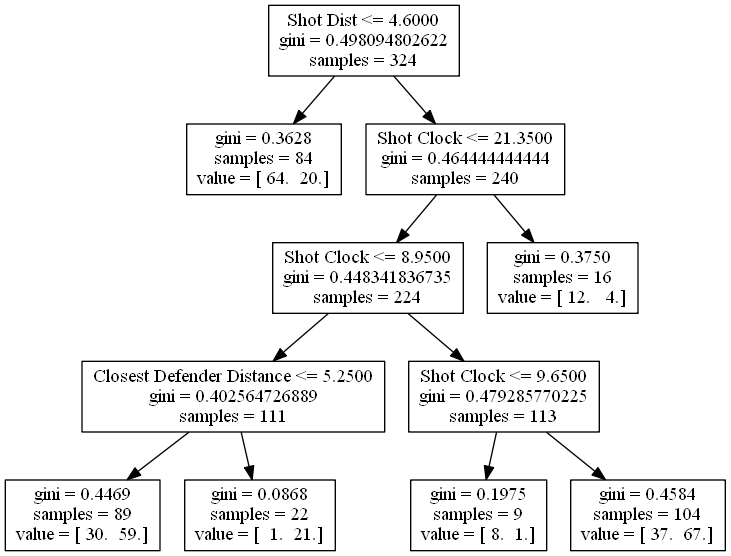
This is lebron_james.png from bveber/Analyze_NBA, a Graphviz export, as it was before one commit. Its source is kept beside it as lebron_james.dot. The source it was exported from:
```dot
digraph Tree {
0 [label="Shot Dist <= 4.6000\ngini = 0.498094802622\nsamples = 324", shape="box"] ;
1 [label="gini = 0.3628\nsamples = 84\nvalue = [ 64.  20.]", shape="box"] ;
0 -> 1 ;
2 [label="Shot Clock <= 21.3500\ngini = 0.464444444444\nsamples = 240", shape="box"] ;
0 -> 2 ;
3 [label="Shot Clock <= 8.9500\ngini = 0.448341836735\nsamples = 224", shape="box"] ;
2 -> 3 ;
4 [label="Closest Defender Distance <= 5.2500\ngini = 0.402564726889\nsamples = 111", shape="box"] ;
3 -> 4 ;
5 [label="gini = 0.4469\nsamples = 89\nvalue = [ 30.  59.]", shape="box"] ;
4 -> 5 ;
6 [label="gini = 0.0868\nsamples = 22\nvalue = [  1.  21.]", shape="box"] ;
4 -> 6 ;
7 [label="Shot Clock <= 9.6500\ngini = 0.479285770225\nsamples = 113", shape="box"] ;
3 -> 7 ;
8 [label="gini = 0.1975\nsamples = 9\nvalue = [ 8.  1.]", shape="box"] ;
7 -> 8 ;
9 [label="gini = 0.4584\nsamples = 104\nvalue = [ 37.  67.]", shape="box"] ;
7 -> 9 ;
10 [label="gini = 0.3750\nsamples = 16\nvalue = [ 12.   4.]", shape="box"] ;
2 -> 10 ;
}
```
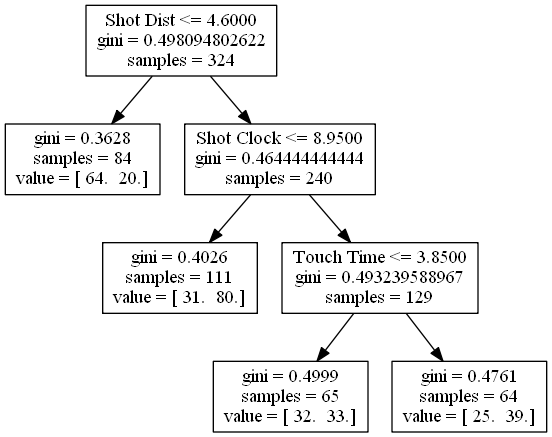
After the change.

Change to the diagram source:
```diff
@@ -2,22 +2,14 @@
 0 [label="Shot Dist <= 4.6000\ngini = 0.498094802622\nsamples = 324", shape="box"] ;
 1 [label="gini = 0.3628\nsamples = 84\nvalue = [ 64.  20.]", shape="box"] ;
 0 -> 1 ;
-2 [label="Shot Clock <= 21.3500\ngini = 0.464444444444\nsamples = 240", shape="box"] ;
+2 [label="Shot Clock <= 8.9500\ngini = 0.464444444444\nsamples = 240", shape="box"] ;
 0 -> 2 ;
-3 [label="Shot Clock <= 8.9500\ngini = 0.448341836735\nsamples = 224", shape="box"] ;
+3 [label="gini = 0.4026\nsamples = 111\nvalue = [ 31.  80.]", shape="box"] ;
 2 -> 3 ;
-4 [label="Closest Defender Distance <= 5.2500\ngini = 0.402564726889\nsamples = 111", shape="box"] ;
-3 -> 4 ;
-5 [label="gini = 0.4469\nsamples = 89\nvalue = [ 30.  59.]", shape="box"] ;
+4 [label="Touch Time <= 3.8500\ngini = 0.493239588967\nsamples = 129", shape="box"] ;
+2 -> 4 ;
+5 [label="gini = 0.4999\nsamples = 65\nvalue = [ 32.  33.]", shape="box"] ;
 4 -> 5 ;
-6 [label="gini = 0.0868\nsamples = 22\nvalue = [  1.  21.]", shape="box"] ;
+6 [label="gini = 0.4761\nsamples = 64\nvalue = [ 25.  39.]", shape="box"] ;
 4 -> 6 ;
-7 [label="Shot Clock <= 9.6500\ngini = 0.479285770225\nsamples = 113", shape="box"] ;
-3 -> 7 ;
-8 [label="gini = 0.1975\nsamples = 9\nvalue = [ 8.  1.]", shape="box"] ;
-7 -> 8 ;
-9 [label="gini = 0.4584\nsamples = 104\nvalue = [ 37.  67.]", shape="box"] ;
-7 -> 9 ;
-10 [label="gini = 0.3750\nsamples = 16\nvalue = [ 12.   4.]", shape="box"] ;
-2 -> 10 ;
 }
```
